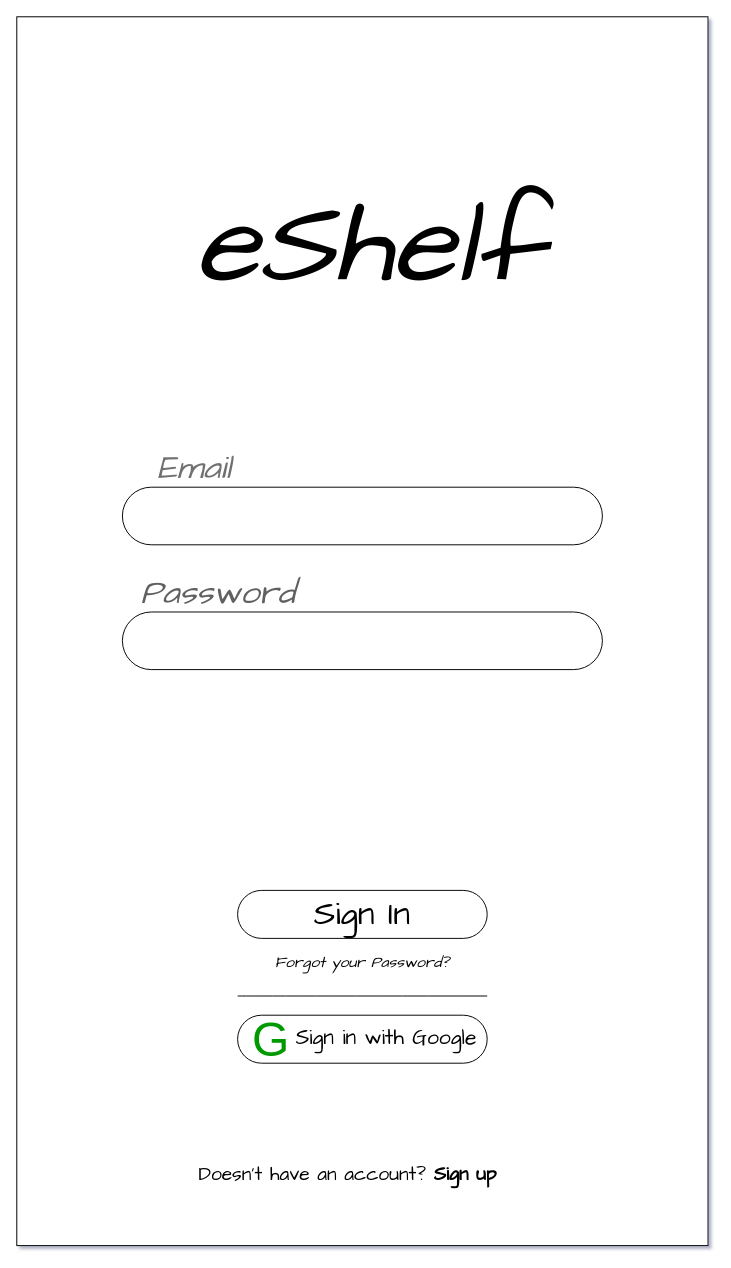
Before: eShelf_wireframe.drawio in Ruebled/eShelf, a draw.io diagram. Source tidied: cells renumbered, new cells numbered last; positions are measured from the earlier drawing's top-left corner, leaving out a move shared by most shapes. Both pictures are drawn from the tidied source at 96%, with x=0, y=0 at pixel (16, 16). Pictures stored in the file or linked from it are replaced by grey dashed boxes.
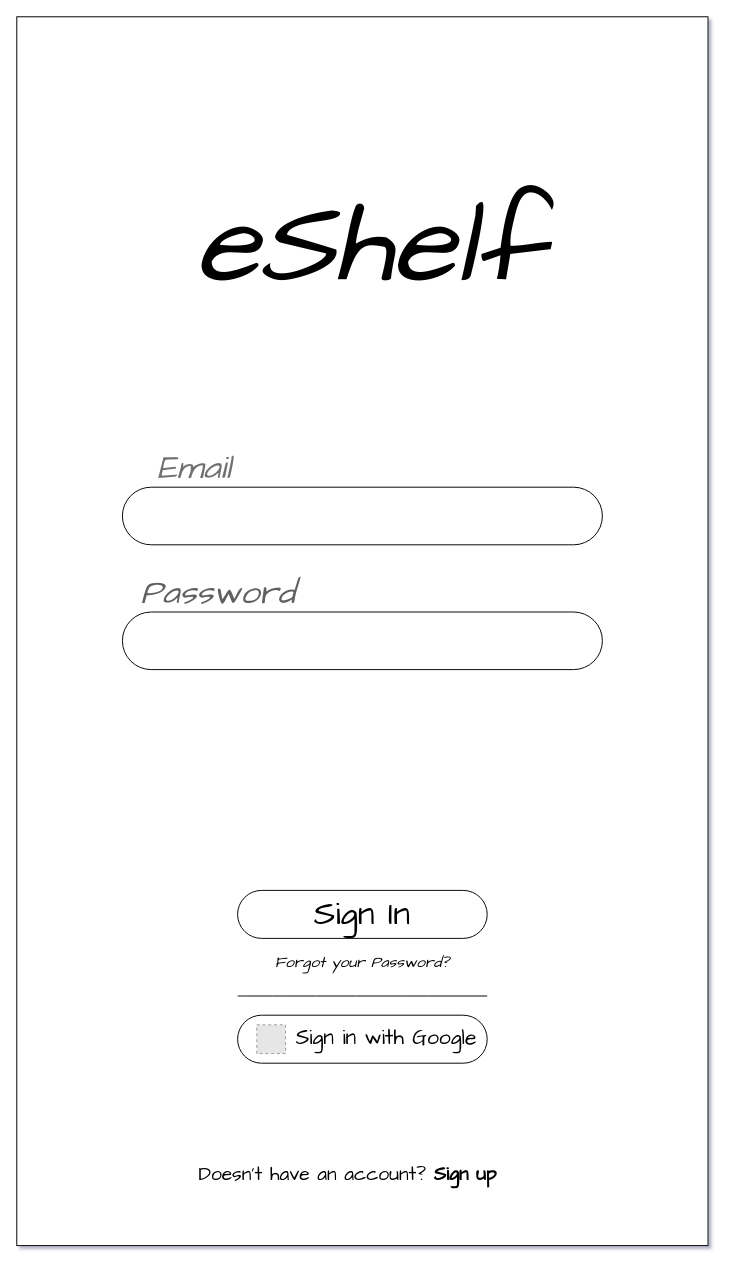
The same page after the edit.

Commit message:
Update eShelf_wireframe.drawio. Add Google logo to login page

What changed in the source:
```diff
@@
 <mxGraphModel shadow="1">
   <root>
     <mxCell id="0" />
     <mxCell id="1" parent="0" />
     <mxCell id="2" style="rounded=0;whiteSpace=wrap;html=1;" parent="1" vertex="1">
       <mxGeometry width="720" height="1280" as="geometry" />
     </mxCell>
     <mxCell id="3" parent="0" />
     <mxCell id="4" value="&lt;font style=&quot;font-size: 122px;&quot; face=&quot;Comic Sans MS&quot;&gt;&lt;i&gt;eShelf&lt;/i&gt;&lt;/font&gt;" style="text;html=1;align=center;verticalAlign=middle;whiteSpace=wrap;rounded=0;fontSize=16;" parent="3" vertex="1">
       <mxGeometry x="105" y="150" width="525" height="180" as="geometry" />
     </mxCell>
     <mxCell id="5" style="rounded=1;whiteSpace=wrap;html=1;arcSize=50;" parent="3" vertex="1">
       <mxGeometry x="110" y="490" width="500" height="60" as="geometry" />
     </mxCell>
     <mxCell id="6" style="rounded=1;whiteSpace=wrap;html=1;arcSize=50;" parent="3" vertex="1">
       <mxGeometry x="110" y="620" width="500" height="60" as="geometry" />
     </mxCell>
     <mxCell id="7" value="&lt;font face=&quot;Comic Sans MS&quot; color=&quot;#707070&quot;&gt;&lt;i&gt;&lt;font style=&quot;font-size: 35px;&quot;&gt;Email&lt;/font&gt;&lt;/i&gt;&lt;/font&gt;" style="text;html=1;align=center;verticalAlign=middle;whiteSpace=wrap;rounded=0;fontSize=16;" parent="3" vertex="1">
       <mxGeometry x="120" y="450" width="130" height="40" as="geometry" />
     </mxCell>
     <mxCell id="8" value="&lt;font face=&quot;Comic Sans MS&quot; color=&quot;#616161&quot; style=&quot;font-size: 35px;&quot;&gt;&lt;i&gt;Password&lt;/i&gt;&lt;/font&gt;" style="text;html=1;align=center;verticalAlign=middle;whiteSpace=wrap;rounded=0;fontSize=16;" parent="3" vertex="1">
       <mxGeometry x="120" y="580" width="180" height="40" as="geometry" />
     </mxCell>
     <mxCell id="9" style="rounded=1;whiteSpace=wrap;html=1;arcSize=50;" parent="3" vertex="1">
       <mxGeometry x="230" y="910" width="260" height="50" as="geometry" />
     </mxCell>
     <mxCell id="10" value="&lt;font face=&quot;Comic Sans MS&quot; style=&quot;font-size: 35px;&quot;&gt;Sign In&lt;font&gt;&lt;br&gt;&lt;/font&gt;&lt;/font&gt;" style="text;html=1;align=center;verticalAlign=middle;whiteSpace=wrap;rounded=0;fontSize=16;" parent="3" vertex="1">
       <mxGeometry x="240" y="920" width="240" height="30" as="geometry" />
     </mxCell>
     <mxCell id="11" value="&lt;i&gt;&lt;font face=&quot;Comic Sans MS&quot;&gt;Forgot your Password?&lt;/font&gt;&lt;/i&gt;" style="text;html=1;align=center;verticalAlign=middle;whiteSpace=wrap;rounded=0;fontSize=16;" parent="3" vertex="1">
       <mxGeometry x="260" y="970" width="200" height="30" as="geometry" />
     </mxCell>
     <mxCell id="12" style="endArrow=none;html=1;rounded=0;fontSize=12;startSize=8;endSize=8;curved=1;" parent="3" edge="1">
       <mxGeometry relative="1" as="geometry">
         <mxPoint x="230" y="1020" as="sourcePoint" />
         <mxPoint x="490" y="1020" as="targetPoint" />
       </mxGeometry>
     </mxCell>
     <mxCell id="13" value="&lt;div align=&quot;right&quot;&gt;&lt;font face=&quot;Comic Sans MS&quot; style=&quot;font-size: 22px;&quot;&gt;Sign in with Google&amp;nbsp; &lt;br&gt;&lt;/font&gt;&lt;/div&gt;" style="rounded=1;whiteSpace=wrap;html=1;arcSize=50;align=right;" parent="3" vertex="1">
       <mxGeometry x="230" y="1040" width="260" height="50" as="geometry" />
     </mxCell>
-    <mxCell id="14" value="&lt;font color=&quot;#009900&quot; style=&quot;font-size: 50px;&quot;&gt;G&lt;/font&gt;" style="text;html=1;align=center;verticalAlign=middle;whiteSpace=wrap;rounded=0;fontSize=16;" parent="3" vertex="1">
-      <mxGeometry x="230" y="1040" width="70" height="50" as="geometry" />
-    </mxCell>
     <mxCell id="15" value="&lt;font face=&quot;Comic Sans MS&quot; style=&quot;font-size: 20px;&quot;&gt;Doesn't have an account? &lt;b&gt;Sign up&lt;/b&gt;&lt;/font&gt;" style="text;html=1;align=center;verticalAlign=middle;whiteSpace=wrap;rounded=0;fontSize=16;" parent="3" vertex="1">
       <mxGeometry x="180" y="1190" width="330" height="30" as="geometry" />
     </mxCell>
+    <mxCell id="16" style="fillColor=#E6E6E6;strokeColor=#999999;dashed=1;verticalLabelPosition=bottom;verticalAlign=top;" parent="3" vertex="1">
+      <mxGeometry x="250" y="1050" width="30" height="30" as="geometry" />
+    </mxCell>
   </root>
 </mxGraphModel>
```
